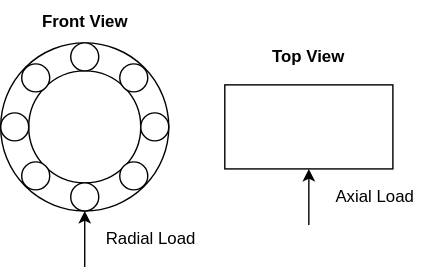
The draw.io diagram prototype/bearing-loads.drawio.svg in dennuguyen/desn2000, before a commit. Source tidied: cells renumbered, new cells last; positions are measured from the earlier drawing's top-left corner, leaving out a move shared by most shapes.
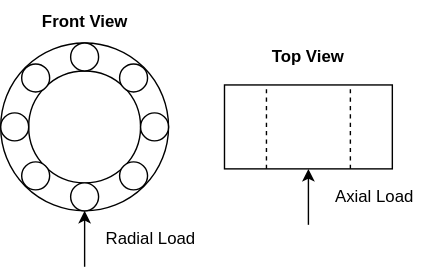
The same file after the commit.

Change to the diagram source:
```diff
@@ -58,5 +58,11 @@
     <mxCell id="18" value="Axial Load" style="text;html=1;strokeColor=none;fillColor=none;align=center;verticalAlign=middle;whiteSpace=wrap;rounded=0;" parent="1" vertex="1">
       <mxGeometry x="230" y="125" width="75" height="30" as="geometry" />
     </mxCell>
+    <mxCell id="19" style="endArrow=none;dashed=1;html=1;exitX=0.25;exitY=1;exitDx=0;exitDy=0;entryX=0.25;entryY=0;entryDx=0;entryDy=0;" parent="1" edge="1" source="3" target="3">
+      <mxGeometry relative="1" as="geometry" />
+    </mxCell>
+    <mxCell id="20" style="endArrow=none;dashed=1;html=1;exitX=0.75;exitY=1;exitDx=0;exitDy=0;entryX=0.75;entryY=0;entryDx=0;entryDy=0;" parent="1" edge="1" source="3" target="3">
+      <mxGeometry relative="1" as="geometry" />
+    </mxCell>
   </root>
 </mxGraphModel>
```
